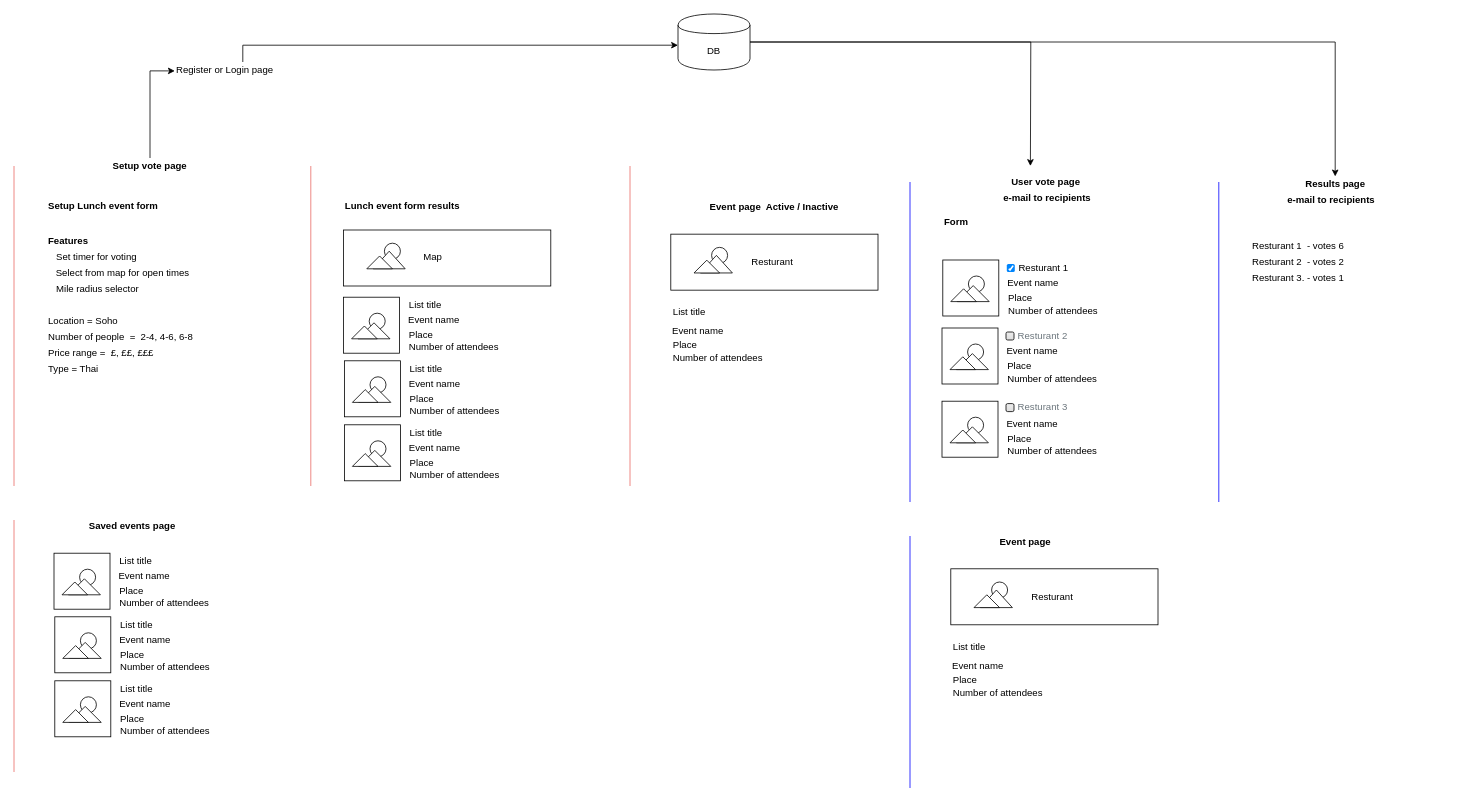
ameenaziz/lunch keeps this draw.io diagram as lunchSystem.drawio. Above is the earlier version. Source tidied: cells renumbered, new cells numbered last; positions are measured from the earlier drawing's top-left corner, leaving out a move shared by most shapes. Both pictures are drawn from the tidied source at 80%, with x=0, y=0 at pixel (14, 14).
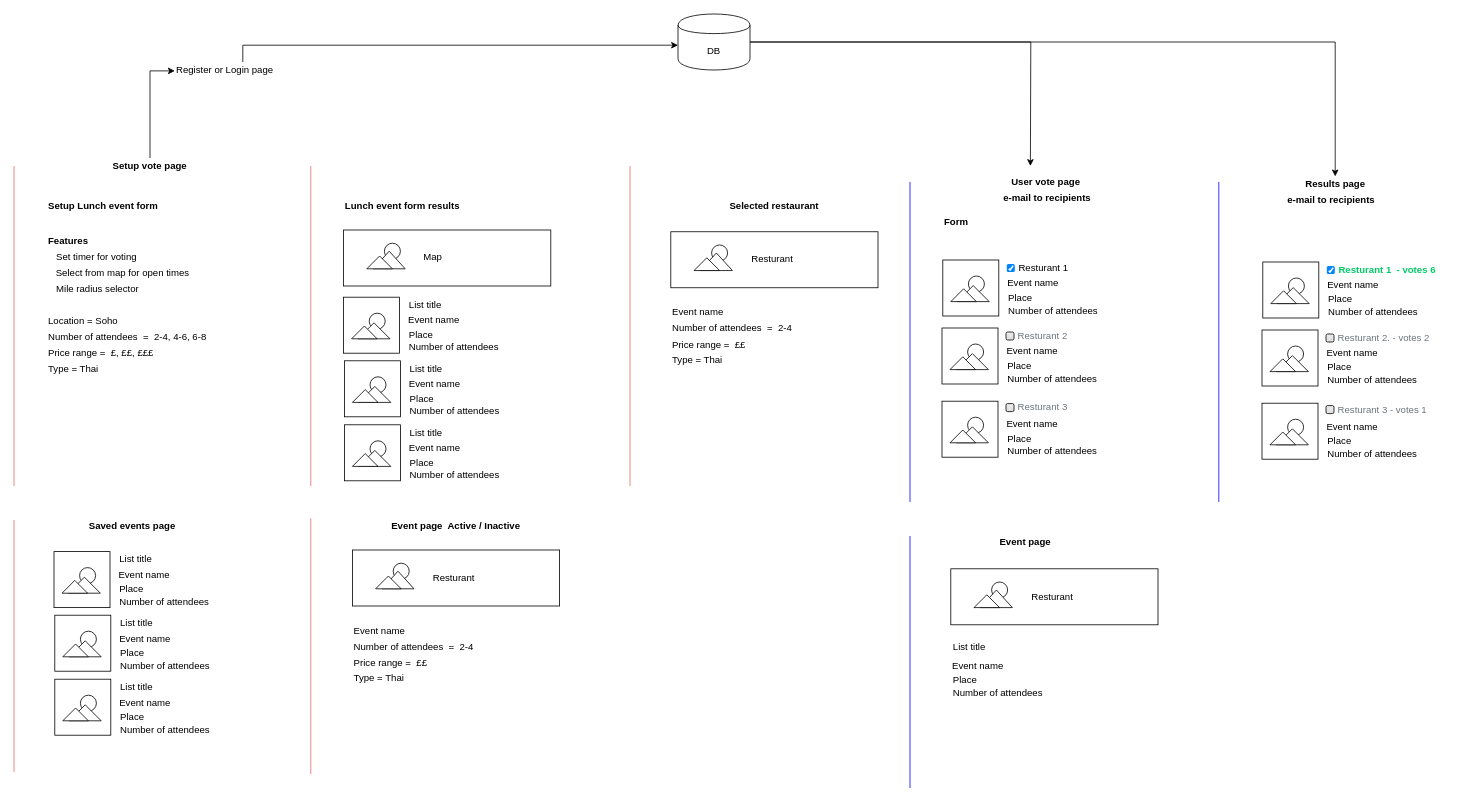
After the change.

What changed in the source:
```diff
@@
-    <mxCell id="12" value="Number of people&amp;nbsp; =&amp;nbsp; 2-4, 4-6, 6-8" style="text;html=1;strokeColor=none;fillColor=none;align=left;verticalAlign=middle;whiteSpace=wrap;rounded=0;" parent="1" vertex="1">
-      <mxGeometry x="41" y="394" width="190" height="20" as="geometry" />
+    <mxCell id="12" value="Number of attendees&amp;nbsp;&amp;nbsp;=&amp;nbsp; 2-4, 4-6, 6-8" style="text;html=1;strokeColor=none;fillColor=none;align=left;verticalAlign=middle;whiteSpace=wrap;rounded=0;" parent="1" vertex="1">
+      <mxGeometry x="41" y="394" width="209" height="20" as="geometry" />
     </mxCell>
@@
     <mxCell id="15" style="group;" parent="1" vertex="1">
-      <mxGeometry x="51" y="733.5" width="48" height="70" as="geometry" />
+      <mxGeometry x="51" y="731.5" width="48" height="70" as="geometry" />
     </mxCell>
@@
     <mxCell id="17" style="group;" parent="1" vertex="1">
-      <mxGeometry x="51" y="753.5" width="250" height="73" as="geometry" />
+      <mxGeometry x="51" y="751.5" width="250" height="73" as="geometry" />
     </mxCell>
@@
     <mxCell id="32" style="group;" parent="1" vertex="1">
-      <mxGeometry x="51" y="833.5" width="250" height="73" as="geometry" />
+      <mxGeometry x="51" y="831.5" width="250" height="73" as="geometry" />
     </mxCell>
@@
     <mxCell id="50" style="whiteSpace=wrap;html=1;fontStyle=0;" parent="1" vertex="1">
-      <mxGeometry x="821" y="275.2" width="259" height="70" as="geometry" />
+      <mxGeometry x="821" y="272.2" width="259" height="70" as="geometry" />
     </mxCell>
     <mxCell id="51" style="group;" parent="1" vertex="1">
-      <mxGeometry x="821" y="335.2" width="48" height="70" as="geometry" />
+      <mxGeometry x="821" y="332.2" width="48" height="70" as="geometry" />
     </mxCell>
@@
-    <mxCell id="54" value="Event page&amp;nbsp; Active / Inactive" style="text;html=1;strokeColor=none;fillColor=none;align=center;verticalAlign=middle;whiteSpace=wrap;rounded=0;fontStyle=1;" parent="1" vertex="1">
-      <mxGeometry x="861" y="231.8" width="179" height="20" as="geometry" />
+    <mxCell id="54" value="Selected restaurant" style="text;html=1;strokeColor=none;fillColor=none;align=center;verticalAlign=middle;whiteSpace=wrap;rounded=0;fontStyle=1;" parent="1" vertex="1">
+      <mxGeometry x="861" y="230" width="179" height="20" as="geometry" />
     </mxCell>
-    <mxCell id="55" value="List title&amp;nbsp;" style="text;html=1;strokeColor=none;fillColor=none;align=left;verticalAlign=middle;whiteSpace=wrap;rounded=0;" parent="1" vertex="1">
-      <mxGeometry x="822" y="363.2" width="170" height="20" as="geometry" />
-    </mxCell>
     <mxCell id="56" value="Event name" style="text;html=1;strokeColor=none;fillColor=none;align=left;verticalAlign=middle;whiteSpace=wrap;rounded=0;" parent="1" vertex="1">
-      <mxGeometry x="821" y="386.2" width="170" height="20" as="geometry" />
+      <mxGeometry x="821" y="363.2" width="170" height="20" as="geometry" />
     </mxCell>
-    <mxCell id="57" value="Place" style="text;html=1;strokeColor=none;fillColor=none;align=left;verticalAlign=middle;whiteSpace=wrap;rounded=0;" parent="1" vertex="1">
-      <mxGeometry x="822" y="404.2" width="170" height="20" as="geometry" />
-    </mxCell>
-    <mxCell id="58" value="Number of attendees&amp;nbsp;" style="text;html=1;strokeColor=none;fillColor=none;align=left;verticalAlign=middle;whiteSpace=wrap;rounded=0;" parent="1" vertex="1">
-      <mxGeometry x="822" y="420.2" width="170" height="20" as="geometry" />
+    <mxCell id="58" value="Number of attendees&amp;nbsp;&amp;nbsp;=&amp;nbsp; 2-4" style="text;html=1;strokeColor=none;fillColor=none;align=left;verticalAlign=middle;whiteSpace=wrap;rounded=0;" parent="1" vertex="1">
+      <mxGeometry x="821" y="383.2" width="209" height="20" as="geometry" />
     </mxCell>
     <mxCell id="59" style="group;" parent="1" vertex="1">
-      <mxGeometry x="821" y="275.2" width="70" height="70" as="geometry" />
+      <mxGeometry x="821" y="272.2" width="70" height="70" as="geometry" />
     </mxCell>
@@
-    <mxCell id="68" value="Resturant 1&amp;nbsp; - votes 6&amp;nbsp;" style="text;html=1;strokeColor=none;fillColor=none;align=left;verticalAlign=middle;whiteSpace=wrap;rounded=0;" parent="1" vertex="1">
-      <mxGeometry x="1545.5" y="280" width="170" height="20" as="geometry" />
-    </mxCell>
-    <mxCell id="69" value="Resturant 2&amp;nbsp; - votes 2" style="text;html=1;strokeColor=none;fillColor=none;align=left;verticalAlign=middle;whiteSpace=wrap;rounded=0;" parent="1" vertex="1">
-      <mxGeometry x="1545.5" y="300" width="170" height="20" as="geometry" />
-    </mxCell>
-    <mxCell id="70" value="Resturant 3. - votes 1" style="text;html=1;strokeColor=none;fillColor=none;align=left;verticalAlign=middle;whiteSpace=wrap;rounded=0;" parent="1" vertex="1">
-      <mxGeometry x="1545.5" y="320" width="170" height="20" as="geometry" />
-    </mxCell>
@@
     <mxCell id="97" style="group;" parent="1" vertex="1">
-      <mxGeometry x="50" y="674" width="250" height="73" as="geometry" />
+      <mxGeometry x="50" y="672" width="250" height="73" as="geometry" />
     </mxCell>
@@
     <mxCell id="224" value="Resturant" style="text;html=1;strokeColor=none;fillColor=none;align=left;verticalAlign=middle;whiteSpace=wrap;rounded=0;" parent="1" vertex="1">
-      <mxGeometry x="920" y="300.2" width="80" height="20" as="geometry" />
+      <mxGeometry x="920" y="297.2" width="80" height="20" as="geometry" />
     </mxCell>
@@
+    <mxCell id="226" value="Price range =&amp;nbsp; ££" style="text;html=1;strokeColor=none;fillColor=none;align=left;verticalAlign=middle;whiteSpace=wrap;rounded=0;" parent="1" vertex="1">
+      <mxGeometry x="821" y="404" width="190" height="20" as="geometry" />
+    </mxCell>
+    <mxCell id="227" value="Type = Thai&amp;nbsp;" style="text;html=1;strokeColor=none;fillColor=none;align=left;verticalAlign=middle;whiteSpace=wrap;rounded=0;" parent="1" vertex="1">
+      <mxGeometry x="821" y="422.5" width="190" height="20" as="geometry" />
+    </mxCell>
+    <mxCell id="228" style="whiteSpace=wrap;html=1;fontStyle=0;" parent="1" vertex="1">
+      <mxGeometry x="423" y="670" width="259" height="70" as="geometry" />
+    </mxCell>
+    <mxCell id="229" style="group;" parent="1" vertex="1">
+      <mxGeometry x="423" y="730" width="48" height="70" as="geometry" />
+    </mxCell>
+    <mxCell id="230" style="group;" parent="229" vertex="1">
+      <mxGeometry x="-10" y="-40" width="58" height="110" as="geometry" />
+    </mxCell>
+    <mxCell id="231" style="endArrow=none;html=1;strokeColor=#EA6B66;" parent="1" edge="1">
+      <mxGeometry relative="1" as="geometry">
+        <mxPoint x="371" y="950" as="sourcePoint" />
+        <mxPoint x="371" y="630.5" as="targetPoint" />
+      </mxGeometry>
+    </mxCell>
+    <mxCell id="232" value="Event page&amp;nbsp; Active / Inactive" style="text;html=1;strokeColor=none;fillColor=none;align=center;verticalAlign=middle;whiteSpace=wrap;rounded=0;fontStyle=1;" parent="1" vertex="1">
+      <mxGeometry x="463" y="630" width="179" height="20" as="geometry" />
+    </mxCell>
+    <mxCell id="233" value="Event name" style="text;html=1;strokeColor=none;fillColor=none;align=left;verticalAlign=middle;whiteSpace=wrap;rounded=0;" parent="1" vertex="1">
+      <mxGeometry x="423" y="761" width="170" height="20" as="geometry" />
+    </mxCell>
+    <mxCell id="234" value="Number of attendees&amp;nbsp;&amp;nbsp;=&amp;nbsp; 2-4" style="text;html=1;strokeColor=none;fillColor=none;align=left;verticalAlign=middle;whiteSpace=wrap;rounded=0;" parent="1" vertex="1">
+      <mxGeometry x="423" y="781" width="209" height="20" as="geometry" />
+    </mxCell>
+    <mxCell id="235" style="group;" parent="1" vertex="1">
+      <mxGeometry x="423" y="670" width="70" height="70" as="geometry" />
+    </mxCell>
+    <mxCell id="236" style="group;" parent="235" vertex="1">
+      <mxGeometry x="29" y="16.5" width="48" height="41" as="geometry" />
+    </mxCell>
+    <mxCell id="237" style="group;" parent="236" vertex="1">
+      <mxGeometry x="22" width="20" height="20" as="geometry" />
+    </mxCell>
+    <mxCell id="238" style="ellipse;whiteSpace=wrap;html=1;" parent="237" vertex="1">
+      <mxGeometry width="20" height="20" as="geometry" />
+    </mxCell>
+    <mxCell id="239" style="group;" parent="236" vertex="1">
+      <mxGeometry y="12" width="48" height="29" as="geometry" />
+    </mxCell>
+    <mxCell id="240" style="group;" parent="239" vertex="1">
+      <mxGeometry width="48" height="29" as="geometry" />
+    </mxCell>
+    <mxCell id="241" style="group;" parent="240" vertex="1">
+      <mxGeometry width="48" height="29" as="geometry" />
+    </mxCell>
+    <mxCell id="242" style="triangle;whiteSpace=wrap;html=1;rotation=-90;" parent="241" vertex="1">
+      <mxGeometry x="17" y="-11" width="22" height="40" as="geometry" />
+    </mxCell>
+    <mxCell id="243" style="triangle;whiteSpace=wrap;html=1;rotation=-90;" parent="241" vertex="1">
+      <mxGeometry x="8" y="-4" width="16" height="32" as="geometry" />
+    </mxCell>
+    <mxCell id="244" value="Resturant" style="text;html=1;strokeColor=none;fillColor=none;align=left;verticalAlign=middle;whiteSpace=wrap;rounded=0;" parent="1" vertex="1">
+      <mxGeometry x="522" y="695" width="80" height="20" as="geometry" />
+    </mxCell>
+    <mxCell id="245" value="Price range =&amp;nbsp; ££" style="text;html=1;strokeColor=none;fillColor=none;align=left;verticalAlign=middle;whiteSpace=wrap;rounded=0;" parent="1" vertex="1">
+      <mxGeometry x="423" y="801.8" width="190" height="20" as="geometry" />
+    </mxCell>
+    <mxCell id="246" value="Type = Thai&amp;nbsp;" style="text;html=1;strokeColor=none;fillColor=none;align=left;verticalAlign=middle;whiteSpace=wrap;rounded=0;" parent="1" vertex="1">
+      <mxGeometry x="423" y="820.2" width="190" height="20" as="geometry" />
+    </mxCell>
+    <mxCell id="247" style="group;" parent="1" vertex="1">
+      <mxGeometry x="1561" y="310" width="250" height="73" as="geometry" />
+    </mxCell>
+    <mxCell id="248" style="group;" parent="247" vertex="1">
+      <mxGeometry width="250" height="73" as="geometry" />
+    </mxCell>
+    <mxCell id="249" style="whiteSpace=wrap;html=1;fontStyle=0;" parent="248" vertex="1">
+      <mxGeometry width="70" height="70" as="geometry" />
+    </mxCell>
+    <mxCell id="250" value="Event name" style="text;html=1;strokeColor=none;fillColor=none;align=left;verticalAlign=middle;whiteSpace=wrap;rounded=0;" parent="248" vertex="1">
+      <mxGeometry x="79" y="19" width="170" height="20" as="geometry" />
+    </mxCell>
+    <mxCell id="251" value="Place" style="text;html=1;strokeColor=none;fillColor=none;align=left;verticalAlign=middle;whiteSpace=wrap;rounded=0;" parent="248" vertex="1">
+      <mxGeometry x="80" y="37" width="170" height="20" as="geometry" />
+    </mxCell>
+    <mxCell id="252" value="Number of attendees&amp;nbsp;" style="text;html=1;strokeColor=none;fillColor=none;align=left;verticalAlign=middle;whiteSpace=wrap;rounded=0;" parent="248" vertex="1">
+      <mxGeometry x="80" y="53" width="170" height="20" as="geometry" />
+    </mxCell>
+    <mxCell id="253" style="group;" parent="248" vertex="1">
+      <mxGeometry width="70" height="70" as="geometry" />
+    </mxCell>
+    <mxCell id="254" style="group;" parent="253" vertex="1">
+      <mxGeometry x="10" y="20" width="48" height="32" as="geometry" />
+    </mxCell>
+    <mxCell id="255" style="group;" parent="254" vertex="1">
+      <mxGeometry x="22" width="20" height="20" as="geometry" />
+    </mxCell>
+    <mxCell id="256" style="ellipse;whiteSpace=wrap;html=1;" parent="255" vertex="1">
+      <mxGeometry width="20" height="20" as="geometry" />
+    </mxCell>
+    <mxCell id="257" style="group;" parent="254" vertex="1">
+      <mxGeometry y="12" width="48" height="20" as="geometry" />
+    </mxCell>
+    <mxCell id="258" style="group;" parent="257" vertex="1">
+      <mxGeometry width="48" height="20" as="geometry" />
+    </mxCell>
+    <mxCell id="259" style="group;" parent="258" vertex="1">
+      <mxGeometry width="48" height="20" as="geometry" />
+    </mxCell>
+    <mxCell id="260" style="triangle;whiteSpace=wrap;html=1;rotation=-90;" parent="259" vertex="1">
+      <mxGeometry x="18" y="-10" width="20" height="40" as="geometry" />
+    </mxCell>
+    <mxCell id="261" style="triangle;whiteSpace=wrap;html=1;rotation=-90;" parent="259" vertex="1">
+      <mxGeometry x="8" y="-4" width="16" height="32" as="geometry" />
+    </mxCell>
+    <mxCell id="68" value="&lt;font color=&quot;#00cc66&quot;&gt;&lt;b&gt;Resturant 1&amp;nbsp; - votes 6&lt;/b&gt;&lt;/font&gt;" style="html=1;shadow=0;dashed=0;shape=mxgraph.bootstrap.checkbox2;labelPosition=right;verticalLabelPosition=middle;align=left;verticalAlign=middle;gradientColor=#DEDEDE;fillColor=#EDEDED;checked=1;spacing=5;checkedFill=#0085FC;checkedStroke=#ffffff;" parent="248" vertex="1">
+      <mxGeometry x="80" y="5" width="10" height="10" as="geometry" />
+    </mxCell>
+    <mxCell id="262" style="group;" parent="1" vertex="1">
+      <mxGeometry x="1560" y="395" width="250" height="73" as="geometry" />
+    </mxCell>
+    <mxCell id="263" style="group;" parent="262" vertex="1">
+      <mxGeometry width="250" height="73" as="geometry" />
+    </mxCell>
+    <mxCell id="264" style="whiteSpace=wrap;html=1;fontStyle=0;" parent="263" vertex="1">
+      <mxGeometry width="70" height="70" as="geometry" />
+    </mxCell>
+    <mxCell id="265" value="Event name" style="text;html=1;strokeColor=none;fillColor=none;align=left;verticalAlign=middle;whiteSpace=wrap;rounded=0;" parent="263" vertex="1">
+      <mxGeometry x="79" y="19" width="170" height="20" as="geometry" />
+    </mxCell>
+    <mxCell id="266" value="Place" style="text;html=1;strokeColor=none;fillColor=none;align=left;verticalAlign=middle;whiteSpace=wrap;rounded=0;" parent="263" vertex="1">
+      <mxGeometry x="80" y="37" width="170" height="20" as="geometry" />
+    </mxCell>
+    <mxCell id="267" value="Number of attendees&amp;nbsp;" style="text;html=1;strokeColor=none;fillColor=none;align=left;verticalAlign=middle;whiteSpace=wrap;rounded=0;" parent="263" vertex="1">
+      <mxGeometry x="80" y="53" width="170" height="20" as="geometry" />
+    </mxCell>
+    <mxCell id="268" style="group;" parent="263" vertex="1">
+      <mxGeometry width="70" height="70" as="geometry" />
+    </mxCell>
+    <mxCell id="269" style="group;" parent="268" vertex="1">
+      <mxGeometry x="10" y="20" width="48" height="32" as="geometry" />
+    </mxCell>
+    <mxCell id="270" style="group;" parent="269" vertex="1">
+      <mxGeometry x="22" width="20" height="20" as="geometry" />
+    </mxCell>
+    <mxCell id="271" style="ellipse;whiteSpace=wrap;html=1;" parent="270" vertex="1">
+      <mxGeometry width="20" height="20" as="geometry" />
+    </mxCell>
+    <mxCell id="272" style="group;" parent="269" vertex="1">
+      <mxGeometry y="12" width="48" height="20" as="geometry" />
+    </mxCell>
+    <mxCell id="273" style="group;" parent="272" vertex="1">
+      <mxGeometry width="48" height="20" as="geometry" />
+    </mxCell>
+    <mxCell id="274" style="group;" parent="273" vertex="1">
+      <mxGeometry width="48" height="20" as="geometry" />
+    </mxCell>
+    <mxCell id="275" style="triangle;whiteSpace=wrap;html=1;rotation=-90;" parent="274" vertex="1">
+      <mxGeometry x="18" y="-10" width="20" height="40" as="geometry" />
+    </mxCell>
+    <mxCell id="276" style="triangle;whiteSpace=wrap;html=1;rotation=-90;" parent="274" vertex="1">
+      <mxGeometry x="8" y="-4" width="16" height="32" as="geometry" />
+    </mxCell>
+    <mxCell id="277" value="Resturant 2. - votes 2" style="html=1;shadow=0;dashed=0;shape=mxgraph.bootstrap.checkbox2;labelPosition=right;verticalLabelPosition=middle;align=left;verticalAlign=middle;gradientColor=#DEDEDE;fillColor=#EDEDED;checked=0;spacing=5;fontColor=#6C767D;checkedFill=#0085FC;checkedStroke=#ffffff;" parent="263" vertex="1">
+      <mxGeometry x="80" y="5" width="10" height="10" as="geometry" />
+    </mxCell>
+    <mxCell id="278" style="group;" parent="1" vertex="1">
+      <mxGeometry x="1560" y="486.5" width="250" height="73" as="geometry" />
+    </mxCell>
+    <mxCell id="279" style="group;" parent="278" vertex="1">
+      <mxGeometry width="250" height="73" as="geometry" />
+    </mxCell>
+    <mxCell id="280" style="whiteSpace=wrap;html=1;fontStyle=0;" parent="279" vertex="1">
+      <mxGeometry width="70" height="70" as="geometry" />
+    </mxCell>
+    <mxCell id="281" value="Event name" style="text;html=1;strokeColor=none;fillColor=none;align=left;verticalAlign=middle;whiteSpace=wrap;rounded=0;" parent="279" vertex="1">
+      <mxGeometry x="79" y="19" width="170" height="20" as="geometry" />
+    </mxCell>
+    <mxCell id="282" value="Place" style="text;html=1;strokeColor=none;fillColor=none;align=left;verticalAlign=middle;whiteSpace=wrap;rounded=0;" parent="279" vertex="1">
+      <mxGeometry x="80" y="37" width="170" height="20" as="geometry" />
+    </mxCell>
+    <mxCell id="283" value="Number of attendees&amp;nbsp;" style="text;html=1;strokeColor=none;fillColor=none;align=left;verticalAlign=middle;whiteSpace=wrap;rounded=0;" parent="279" vertex="1">
+      <mxGeometry x="80" y="53" width="170" height="20" as="geometry" />
+    </mxCell>
+    <mxCell id="284" style="group;" parent="279" vertex="1">
+      <mxGeometry width="70" height="70" as="geometry" />
+    </mxCell>
+    <mxCell id="285" style="group;" parent="284" vertex="1">
+      <mxGeometry x="10" y="20" width="48" height="32" as="geometry" />
+    </mxCell>
+    <mxCell id="286" style="group;" parent="285" vertex="1">
+      <mxGeometry x="22" width="20" height="20" as="geometry" />
+    </mxCell>
+    <mxCell id="287" style="ellipse;whiteSpace=wrap;html=1;" parent="286" vertex="1">
+      <mxGeometry width="20" height="20" as="geometry" />
+    </mxCell>
+    <mxCell id="288" style="group;" parent="285" vertex="1">
+      <mxGeometry y="12" width="48" height="20" as="geometry" />
+    </mxCell>
+    <mxCell id="289" style="group;" parent="288" vertex="1">
+      <mxGeometry width="48" height="20" as="geometry" />
+    </mxCell>
+    <mxCell id="290" style="group;" parent="289" vertex="1">
+      <mxGeometry width="48" height="20" as="geometry" />
+    </mxCell>
+    <mxCell id="291" style="triangle;whiteSpace=wrap;html=1;rotation=-90;" parent="290" vertex="1">
+      <mxGeometry x="18" y="-10" width="20" height="40" as="geometry" />
+    </mxCell>
+    <mxCell id="292" style="triangle;whiteSpace=wrap;html=1;rotation=-90;" parent="290" vertex="1">
+      <mxGeometry x="8" y="-4" width="16" height="32" as="geometry" />
+    </mxCell>
+    <mxCell id="293" value="Resturant 3 - votes 1" style="html=1;shadow=0;dashed=0;shape=mxgraph.bootstrap.checkbox2;labelPosition=right;verticalLabelPosition=middle;align=left;verticalAlign=middle;gradientColor=#DEDEDE;fillColor=#EDEDED;checked=0;spacing=5;fontColor=#6C767D;checkedFill=#0085FC;checkedStroke=#ffffff;" parent="279" vertex="1">
+      <mxGeometry x="80" y="3" width="10" height="10" as="geometry" />
+    </mxCell>
```
